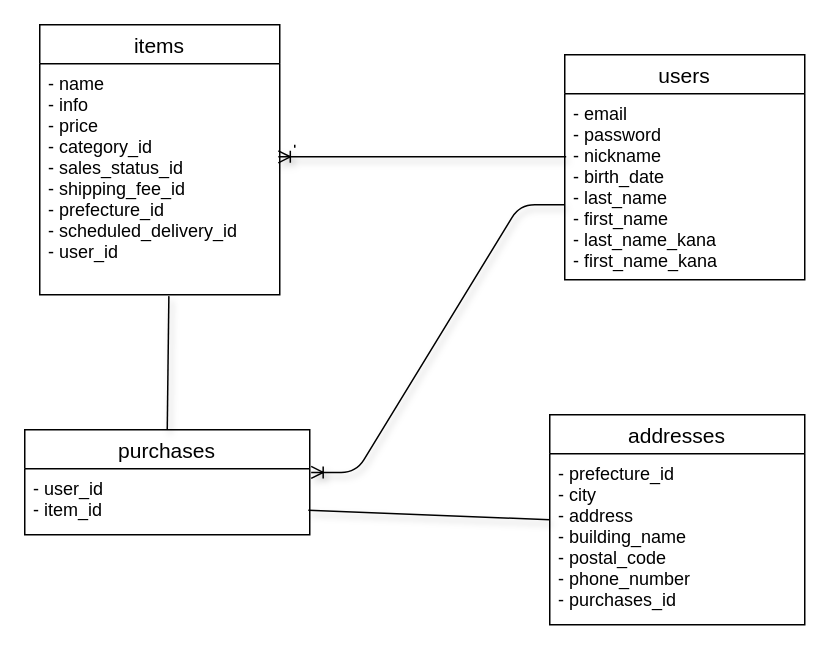
Earlier version of the draw.io diagram furima.dio (keita0667/furima-29570). Source tidied: cells renumbered, new cells numbered last; positions are measured from the earlier drawing's top-left corner, leaving out a move shared by most shapes. Both pictures are drawn from the tidied source at 150%, with x=0, y=0 at pixel (24, 24).
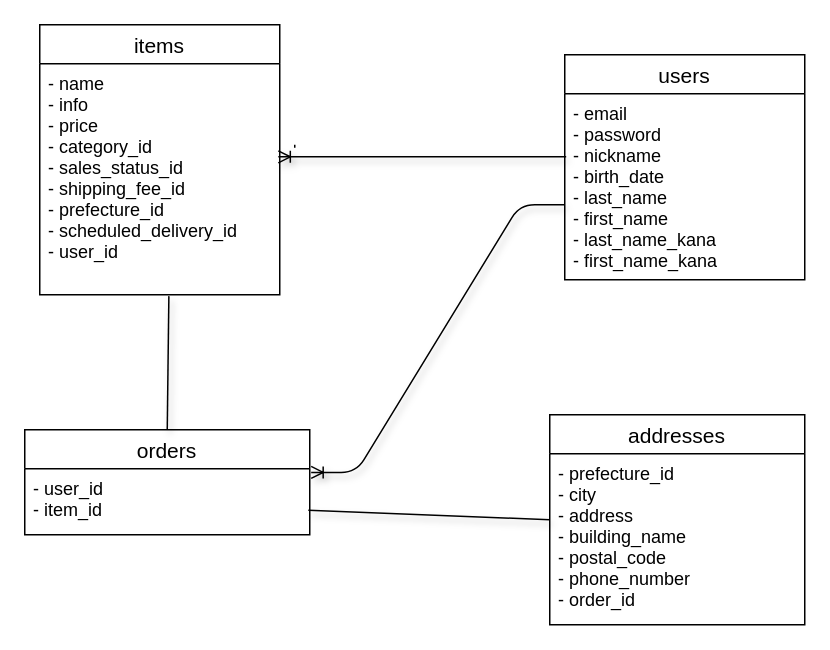
After the change.

Change to the diagram source:
```diff
@@
 <mxGraphModel>
   <root>
     <mxCell id="0" />
     <mxCell id="1" parent="0" />
     <mxCell id="2" value="users" style="swimlane;fontStyle=0;horizontal=1;startSize=26;align=center;fontSize=14;" parent="1" vertex="1">
       <mxGeometry x="360" y="20" width="160" height="150" as="geometry" />
     </mxCell>
     <mxCell id="3" value="- email&#10;- password&#10;- nickname&#10;- birth_date&#10;- last_name&#10;- first_name&#10;- last_name_kana&#10;- first_name_kana" style="text;strokeColor=none;fillColor=none;spacingLeft=4;spacingRight=4;overflow=hidden;points=[[0,0.5],[1,0.5]];portConstraint=eastwest;fontSize=12;" parent="2" vertex="1">
       <mxGeometry y="26" width="160" height="124" as="geometry" />
     </mxCell>
     <mxCell id="4" value="items" style="swimlane;fontStyle=0;horizontal=1;startSize=26;align=center;fontSize=14;" parent="1" vertex="1">
       <mxGeometry x="10" width="160" height="180" as="geometry" />
     </mxCell>
     <mxCell id="5" value="- name&#10;- info&#10;- price&#10;- category_id&#10;- sales_status_id&#10;- shipping_fee_id&#10;- prefecture_id&#10;- scheduled_delivery_id&#10;- user_id" style="text;strokeColor=none;fillColor=none;spacingLeft=4;spacingRight=4;overflow=hidden;points=[[0,0.5],[1,0.5]];portConstraint=eastwest;fontSize=12;" parent="4" vertex="1">
       <mxGeometry y="26" width="160" height="154" as="geometry" />
     </mxCell>
-    <mxCell id="6" value="purchases" style="swimlane;fontStyle=0;horizontal=1;startSize=26;align=center;fontSize=14;" parent="1" vertex="1">
+    <mxCell id="6" value="orders" style="swimlane;fontStyle=0;horizontal=1;startSize=26;align=center;fontSize=14;" parent="1" vertex="1">
       <mxGeometry y="270" width="190" height="70" as="geometry" />
     </mxCell>
     <mxCell id="7" value="- user_id&#10;- item_id" style="text;strokeColor=none;fillColor=none;spacingLeft=4;spacingRight=4;overflow=hidden;points=[[0,0.5],[1,0.5]];portConstraint=eastwest;fontSize=12;" parent="6" vertex="1">
       <mxGeometry y="26" width="190" height="44" as="geometry" />
     </mxCell>
     <mxCell id="8" value="addresses" style="swimlane;fontStyle=0;horizontal=1;startSize=26;align=center;fontSize=14;" parent="1" vertex="1">
       <mxGeometry x="350" y="260" width="170" height="140" as="geometry" />
     </mxCell>
-    <mxCell id="9" value="- prefecture_id&#10;- city&#10;- address&#10;- building_name&#10;- postal_code&#10;- phone_number&#10;- purchases_id" style="text;strokeColor=none;fillColor=none;spacingLeft=4;spacingRight=4;overflow=hidden;fontSize=12;" parent="8" vertex="1">
+    <mxCell id="9" value="- prefecture_id&#10;- city&#10;- address&#10;- building_name&#10;- postal_code&#10;- phone_number&#10;- order_id" style="text;strokeColor=none;fillColor=none;spacingLeft=4;spacingRight=4;overflow=hidden;fontSize=12;" parent="8" vertex="1">
       <mxGeometry y="26" width="170" height="114" as="geometry" />
     </mxCell>
     <mxCell id="10" style="endArrow=none;html=1;rounded=0;entryX=0.5;entryY=0;entryDx=0;entryDy=0;" parent="1" edge="1">
       <mxGeometry relative="1" as="geometry">
         <mxPoint x="180" y="82" as="sourcePoint" />
         <mxPoint x="180" y="80" as="targetPoint" />
       </mxGeometry>
     </mxCell>
     <mxCell id="11" style="edgeStyle=entityRelationEdgeStyle;fontSize=12;html=1;endArrow=ERoneToMany;shadow=1;exitX=0.006;exitY=0.339;exitDx=0;exitDy=0;exitPerimeter=0;entryX=0.994;entryY=0.403;entryDx=0;entryDy=0;entryPerimeter=0;" parent="1" edge="1" source="3" target="5">
       <mxGeometry relative="1" as="geometry" />
     </mxCell>
     <mxCell id="12" style="endArrow=none;html=1;rounded=0;shadow=1;exitX=0.538;exitY=1.006;exitDx=0;exitDy=0;exitPerimeter=0;entryX=0.5;entryY=0;entryDx=0;entryDy=0;" parent="1" edge="1" source="5" target="6">
       <mxGeometry relative="1" as="geometry" />
     </mxCell>
     <mxCell id="13" style="endArrow=none;html=1;rounded=0;shadow=1;entryX=0.995;entryY=0.63;entryDx=0;entryDy=0;entryPerimeter=0;" parent="1" edge="1" target="7">
       <mxGeometry relative="1" as="geometry">
         <mxPoint x="350" y="330" as="sourcePoint" />
       </mxGeometry>
     </mxCell>
     <mxCell id="14" style="edgeStyle=entityRelationEdgeStyle;fontSize=12;html=1;endArrow=ERoneToMany;shadow=1;entryX=1.005;entryY=0.056;entryDx=0;entryDy=0;entryPerimeter=0;exitX=0;exitY=0.597;exitDx=0;exitDy=0;exitPerimeter=0;" parent="1" edge="1" source="3" target="7">
       <mxGeometry relative="1" as="geometry" />
     </mxCell>
   </root>
 </mxGraphModel>
```
